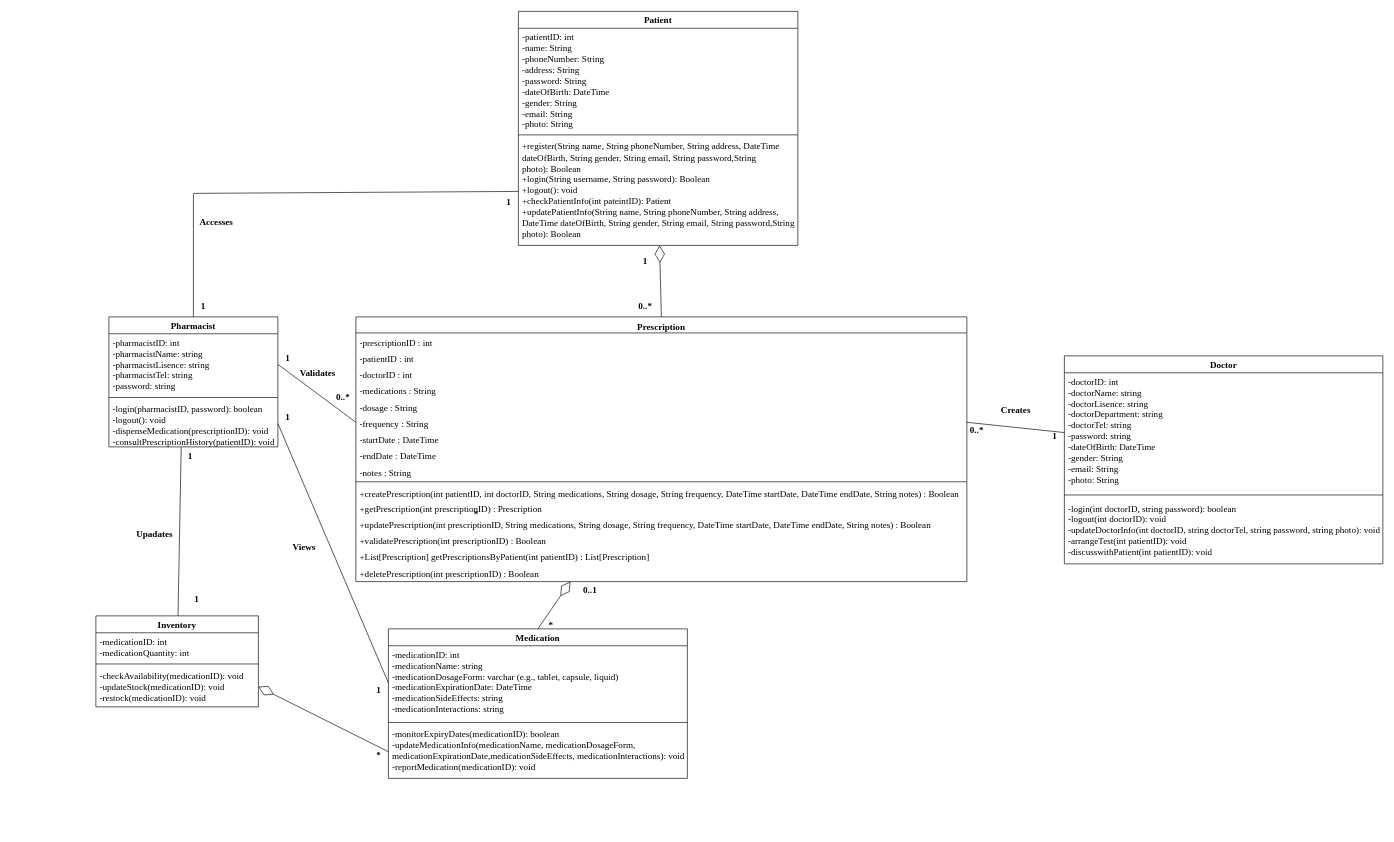
Earlier version of the draw.io diagram Class Diagram_Pharmacy.drawio (FOMOKN/Software-Engineering). Source tidied: cells renumbered, new cells numbered last; positions are measured from the earlier drawing's top-left corner, leaving out a move shared by most shapes. Both pictures are drawn from the tidied source at 65%, with x=0, y=0 at pixel (96, 11).
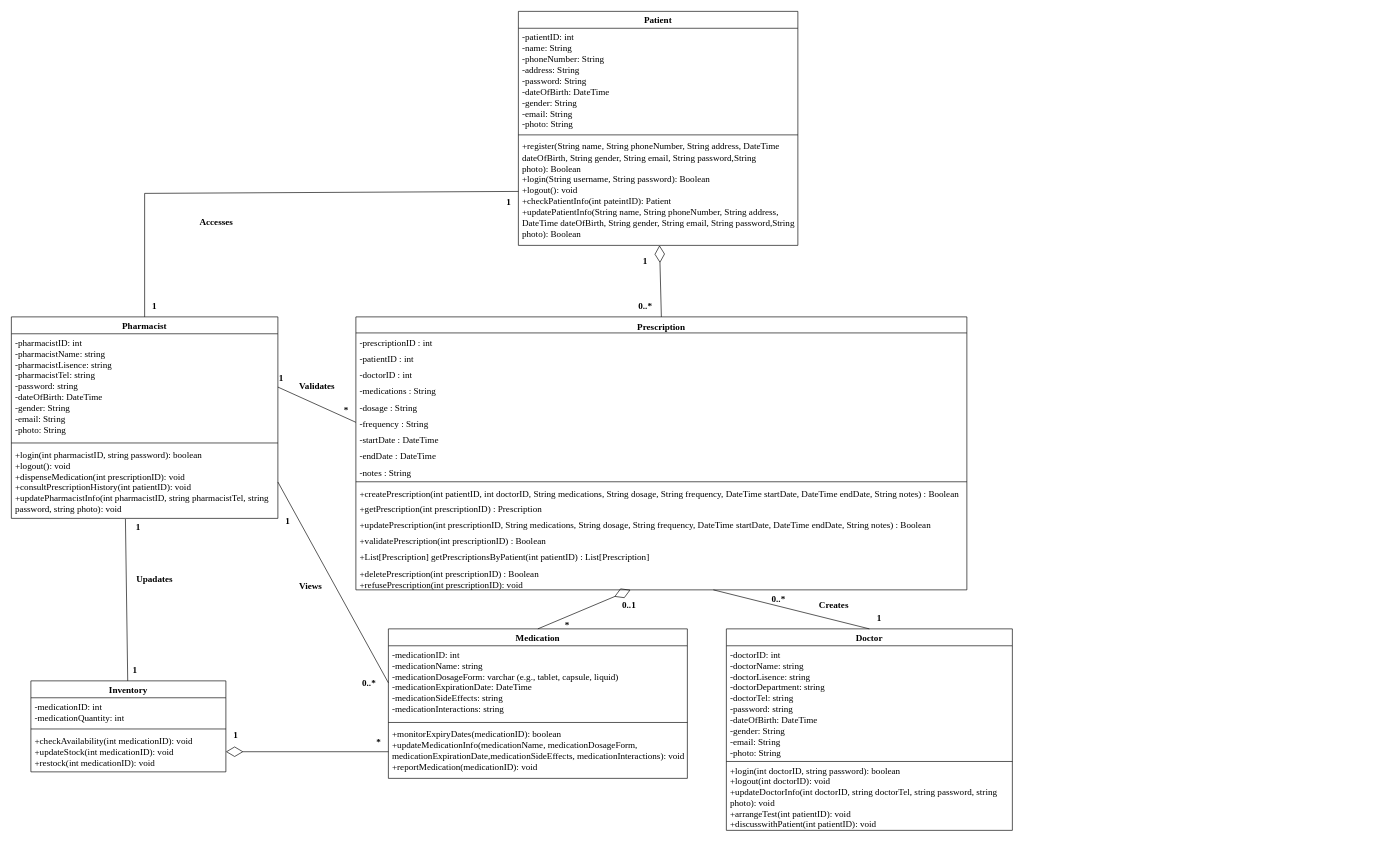
After the change.

The change refers to these unchanged cells:
```xml
<mxCell id="2" value="Medication" style="swimlane;fontStyle=1;align=center;verticalAlign=top;horizontal=1;startSize=26;whiteSpace=wrap;html=1;fontFamily=Times New Roman;fontSize=14;" parent="1" vertex="1">
  <mxGeometry x="450" y="950" width="460" height="230" as="geometry" />
</mxCell>
<mxCell id="50" value="&lt;font style=&quot;font-size: 14px;&quot;&gt;+register(String name, String phoneNumber, String address, DateTime dateOfBirth, String gender, String email, String password,String photo):&amp;nbsp;Boolean&lt;br style=&quot;&quot;&gt;+login(String username, String password): Boolean&lt;br style=&quot;&quot;&gt;+logout():&amp;nbsp;void&lt;br style=&quot;&quot;&gt;+checkPatientInfo(int pateintID):&amp;nbsp;Patient&lt;br style=&quot;&quot;&gt;+updatePatientInfo(String name, String phoneNumber, String address, DateTime dateOfBirth, String gender, String email, String password,String photo):&amp;nbsp;Boolean&lt;br style=&quot;&quot;&gt;&lt;/font&gt;&lt;span style=&quot;font-size: 12px;&quot;&gt;&lt;br style=&quot;font-size: 12px;&quot;&gt;&lt;/span&gt;" style="text;strokeColor=none;fillColor=none;align=left;verticalAlign=top;spacingLeft=4;spacingRight=4;overflow=hidden;points=[[0,0.5],[1,0.5]];portConstraint=eastwest;whiteSpace=wrap;html=1;fontSize=12;fontFamily=Times New Roman;" parent="47" vertex="1">
  <mxGeometry y="194" width="430" height="166" as="geometry" />
</mxCell>
<mxCell id="57" value="-frequency : String" style="text;strokeColor=none;fillColor=none;align=left;verticalAlign=top;spacingLeft=4;spacingRight=4;overflow=hidden;points=[[0,0.5],[1,0.5]];portConstraint=eastwest;fontFamily=Times New Roman;fontSize=14;" parent="51" vertex="1">
  <mxGeometry y="149.7" width="940" height="25" as="geometry" />
</mxCell>
```

Diff of the diagram source:
```diff
@@
-    <mxCell id="5" value="-monitorExpiryDates(medicationID):&amp;nbsp;boolean&lt;br&gt;-updateMedicationInfo(medicationName, medicationDosageForm, medicationExpirationDate,medicationSideEffects, medicationInteractions):&amp;nbsp;void&lt;br&gt;-reportMedication(medicationID):&amp;nbsp;void" style="text;strokeColor=none;fillColor=none;align=left;verticalAlign=top;spacingLeft=4;spacingRight=4;overflow=hidden;points=[[0,0.5],[1,0.5]];portConstraint=eastwest;whiteSpace=wrap;html=1;fontFamily=Times New Roman;fontSize=14;" parent="2" vertex="1">
+    <mxCell id="5" value="+monitorExpiryDates(medicationID):&amp;nbsp;boolean&lt;br&gt;+updateMedicationInfo(medicationName, medicationDosageForm, medicationExpirationDate,medicationSideEffects, medicationInteractions):&amp;nbsp;void&lt;br&gt;+reportMedication(medicationID):&amp;nbsp;void" style="text;strokeColor=none;fillColor=none;align=left;verticalAlign=top;spacingLeft=4;spacingRight=4;overflow=hidden;points=[[0,0.5],[1,0.5]];portConstraint=eastwest;whiteSpace=wrap;html=1;fontFamily=Times New Roman;fontSize=14;" parent="2" vertex="1">
       <mxGeometry y="148" width="460" height="82" as="geometry" />
     </mxCell>
     <mxCell id="6" value="Inventory" style="swimlane;fontStyle=1;align=center;verticalAlign=top;horizontal=1;startSize=26;whiteSpace=wrap;html=1;fontFamily=Times New Roman;fontSize=14;" parent="1" vertex="1">
-      <mxGeometry y="930" width="250" height="140" as="geometry" />
+      <mxGeometry x="-100" y="1030" width="300" height="140" as="geometry" />
     </mxCell>
     <mxCell id="7" value="-medicationID: int&lt;br style=&quot;font-size: 14px;&quot;&gt;-medicationQuantity: int" style="text;strokeColor=none;fillColor=none;align=left;verticalAlign=top;spacingLeft=4;spacingRight=4;overflow=hidden;whiteSpace=wrap;html=1;fontFamily=Times New Roman;fontSize=14;" parent="6" vertex="1">
-      <mxGeometry y="26" width="250" height="44" as="geometry" />
+      <mxGeometry y="26" width="300" height="44" as="geometry" />
     </mxCell>
     <mxCell id="8" style="line;strokeWidth=1;fillColor=none;align=left;verticalAlign=middle;spacingTop=-1;spacingLeft=3;spacingRight=3;labelPosition=right;strokeColor=inherit;" parent="6" vertex="1">
-      <mxGeometry y="70" width="250" height="8" as="geometry" />
+      <mxGeometry y="70" width="300" height="8" as="geometry" />
     </mxCell>
-    <mxCell id="9" value="-checkAvailability(medicationID): void&lt;br&gt;-updateStock(medicationID): void&lt;br&gt;-restock(medicationID): void" style="text;strokeColor=none;fillColor=none;align=left;verticalAlign=top;spacingLeft=4;spacingRight=4;overflow=hidden;points=[[0,0.5],[1,0.5]];portConstraint=eastwest;whiteSpace=wrap;html=1;fontFamily=Times New Roman;fontSize=14;" parent="6" vertex="1">
-      <mxGeometry y="78" width="250" height="62" as="geometry" />
+    <mxCell id="9" value="+checkAvailability(int medicationID): void&lt;br&gt;+updateStock(int medicationID): void&lt;br&gt;+restock(int medicationID): void" style="text;strokeColor=none;fillColor=none;align=left;verticalAlign=top;spacingLeft=4;spacingRight=4;overflow=hidden;points=[[0,0.5],[1,0.5]];portConstraint=eastwest;whiteSpace=wrap;html=1;fontFamily=Times New Roman;fontSize=14;" parent="6" vertex="1">
+      <mxGeometry y="78" width="300" height="62" as="geometry" />
     </mxCell>
     <mxCell id="10" value="&lt;font style=&quot;font-size: 14px;&quot; face=&quot;Times New Roman&quot;&gt;Pharmacist&lt;/font&gt;" style="swimlane;fontStyle=1;align=center;verticalAlign=top;horizontal=1;startSize=26;whiteSpace=wrap;html=1;" parent="1" vertex="1">
-      <mxGeometry x="20" y="470" width="260" height="200" as="geometry" />
+      <mxGeometry x="-130" y="470" width="410" height="310" as="geometry" />
     </mxCell>
-    <mxCell id="11" value="-pharmacistID: int&lt;br&gt;-pharmacistName: string&lt;br style=&quot;font-size: 14px;&quot;&gt;-pharmacistLisence: string&lt;br&gt;-pharmacistTel: string&lt;br&gt;-password: string" style="text;strokeColor=none;fillColor=none;align=left;verticalAlign=top;spacingLeft=4;spacingRight=4;overflow=hidden;points=[[0,0.5],[1,0.5]];portConstraint=eastwest;whiteSpace=wrap;html=1;fontFamily=Times New Roman;fontSize=14;" parent="10" vertex="1">
-      <mxGeometry y="26" width="260" height="94" as="geometry" />
+    <mxCell id="11" value="-pharmacistID: int&lt;br&gt;-pharmacistName: string&lt;br style=&quot;font-size: 14px;&quot;&gt;-pharmacistLisence: string&lt;br&gt;-pharmacistTel: string&lt;br&gt;-password: string&lt;br&gt;-dateOfBirth: DateTime&amp;nbsp;&lt;br style=&quot;border-color: var(--border-color);&quot;&gt;-gender: String&amp;nbsp;&lt;br style=&quot;border-color: var(--border-color);&quot;&gt;-email: String&amp;nbsp;&lt;br style=&quot;border-color: var(--border-color);&quot;&gt;-photo: String&amp;nbsp;" style="text;strokeColor=none;fillColor=none;align=left;verticalAlign=top;spacingLeft=4;spacingRight=4;overflow=hidden;points=[[0,0.5],[1,0.5]];portConstraint=eastwest;whiteSpace=wrap;html=1;fontFamily=Times New Roman;fontSize=14;" parent="10" vertex="1">
+      <mxGeometry y="26" width="410" height="164" as="geometry" />
     </mxCell>
     <mxCell id="12" style="line;strokeWidth=1;fillColor=none;align=left;verticalAlign=middle;spacingTop=-1;spacingLeft=3;spacingRight=3;labelPosition=right;strokeColor=inherit;" parent="10" vertex="1">
-      <mxGeometry y="120" width="260" height="8" as="geometry" />
+      <mxGeometry y="190" width="410" height="8" as="geometry" />
     </mxCell>
-    <mxCell id="13" value="&lt;font style=&quot;font-size: 14px;&quot;&gt;-login(pharmacistID, password): boolean&lt;br style=&quot;border-color: var(--border-color);&quot;&gt;-logout(): void&lt;br&gt;-dispenseMedication(prescriptionID): void&lt;br style=&quot;font-size: 14px;&quot;&gt;&lt;/font&gt;&lt;font style=&quot;font-size: 14px;&quot;&gt;-consultPrescriptionHistory(patientID): void&lt;br&gt;&lt;br&gt;&lt;br style=&quot;font-size: 14px;&quot;&gt;&lt;/font&gt;" style="text;strokeColor=none;fillColor=none;align=left;verticalAlign=top;spacingLeft=4;spacingRight=4;overflow=hidden;points=[[0,0.5],[1,0.5]];portConstraint=eastwest;whiteSpace=wrap;html=1;fontFamily=Times New Roman;fontSize=14;" parent="10" vertex="1">
-      <mxGeometry y="128" width="260" height="72" as="geometry" />
+    <mxCell id="13" value="&lt;font style=&quot;font-size: 14px;&quot;&gt;+login(int pharmacistID, string password): boolean&lt;br style=&quot;border-color: var(--border-color);&quot;&gt;+logout(): void&lt;br&gt;+dispenseMedication(int prescriptionID): void&lt;br style=&quot;font-size: 14px;&quot;&gt;&lt;/font&gt;&lt;font style=&quot;font-size: 14px;&quot;&gt;+consultPrescriptionHistory(int patientID): void&lt;br&gt;+updatePharmacistInfo(int pharmacistID, string pharmacistTel, string password, string photo):&amp;nbsp;void&lt;br&gt;&lt;br&gt;&lt;br style=&quot;font-size: 14px;&quot;&gt;&lt;/font&gt;" style="text;strokeColor=none;fillColor=none;align=left;verticalAlign=top;spacingLeft=4;spacingRight=4;overflow=hidden;points=[[0,0.5],[1,0.5]];portConstraint=eastwest;whiteSpace=wrap;html=1;fontFamily=Times New Roman;fontSize=14;" parent="10" vertex="1">
+      <mxGeometry y="198" width="410" height="112" as="geometry" />
     </mxCell>
@@
     <mxCell id="15" value="*" style="text;html=1;align=center;verticalAlign=middle;strokeColor=none;fillColor=none;fontFamily=Times New Roman;fontSize=14;fontStyle=1;" parent="1" vertex="1">
-      <mxGeometry x="685" y="930" width="30" height="30" as="geometry" />
+      <mxGeometry x="710" y="930" width="30" height="30" as="geometry" />
     </mxCell>
     <mxCell id="16" value="0..1" style="text;html=1;align=center;verticalAlign=middle;strokeColor=none;fillColor=none;fontSize=14;fontFamily=Times New Roman;fontStyle=1;" parent="1" vertex="1">
-      <mxGeometry x="740" y="877.3" width="40" height="30" as="geometry" />
+      <mxGeometry x="800" y="900" width="40" height="30" as="geometry" />
     </mxCell>
     <mxCell id="17" value="1" style="text;html=1;align=center;verticalAlign=middle;strokeColor=none;fillColor=none;fontFamily=Times New Roman;fontStyle=1;fontSize=14;" parent="1" vertex="1">
-      <mxGeometry x="420" y="1030" width="30" height="30" as="geometry" />
+      <mxGeometry x="200" y="1100" width="30" height="30" as="geometry" />
     </mxCell>
     <mxCell id="18" value="*" style="text;html=1;align=center;verticalAlign=middle;strokeColor=none;fillColor=none;fontFamily=Times New Roman;fontSize=14;fontStyle=1;" parent="1" vertex="1">
-      <mxGeometry x="570" y="760" width="30" height="30" as="geometry" />
+      <mxGeometry x="370" y="600" width="30" height="30" as="geometry" />
     </mxCell>
-    <mxCell id="19" style="endArrow=diamondThin;endFill=0;endSize=24;html=1;rounded=0;exitX=0.5;exitY=0;exitDx=0;exitDy=0;" parent="1" edge="1" source="2" target="51">
+    <mxCell id="19" style="endArrow=diamondThin;endFill=0;endSize=24;html=1;rounded=0;exitX=0.5;exitY=0;exitDx=0;exitDy=0;" parent="1" edge="1" source="2" target="68">
       <mxGeometry relative="1" as="geometry" />
     </mxCell>
     <mxCell id="20" value="&lt;font style=&quot;font-size: 14px;&quot; face=&quot;Times New Roman&quot;&gt;Doctor&lt;/font&gt;" style="swimlane;fontStyle=1;align=center;verticalAlign=top;horizontal=1;startSize=26;whiteSpace=wrap;html=1;" parent="1" vertex="1">
-      <mxGeometry x="1490" y="530" width="490" height="320" as="geometry" />
+      <mxGeometry x="970" y="950" width="440" height="310" as="geometry" />
     </mxCell>
     <mxCell id="21" value="-doctorID: int&lt;br style=&quot;border-color: var(--border-color);&quot;&gt;-doctorName: string&lt;br&gt;-doctorLisence: string&lt;br style=&quot;font-size: 14px;&quot;&gt;-doctorDepartment: string&lt;br style=&quot;font-size: 14px;&quot;&gt;-doctorTel: string&lt;br&gt;-password: string&lt;br&gt;-dateOfBirth: DateTime&amp;nbsp;&lt;br style=&quot;border-color: var(--border-color);&quot;&gt;-gender: String&amp;nbsp;&lt;br style=&quot;border-color: var(--border-color);&quot;&gt;-email: String&amp;nbsp;&lt;br style=&quot;border-color: var(--border-color);&quot;&gt;-photo: String&amp;nbsp;" style="text;strokeColor=none;fillColor=none;align=left;verticalAlign=top;spacingLeft=4;spacingRight=4;overflow=hidden;points=[[0,0.5],[1,0.5]];portConstraint=eastwest;whiteSpace=wrap;html=1;fontFamily=Times New Roman;fontStyle=0;fontSize=14;" parent="20" vertex="1">
-      <mxGeometry y="26" width="490" height="184" as="geometry" />
+      <mxGeometry y="26" width="440" height="174" as="geometry" />
     </mxCell>
     <mxCell id="22" style="line;strokeWidth=1;fillColor=none;align=left;verticalAlign=middle;spacingTop=-1;spacingLeft=3;spacingRight=3;labelPosition=right;strokeColor=inherit;" parent="20" vertex="1">
-      <mxGeometry y="210" width="490" height="8" as="geometry" />
+      <mxGeometry y="200" width="440" height="8" as="geometry" />
     </mxCell>
-    <mxCell id="23" value="-login(int&amp;nbsp;doctorID, string&amp;nbsp;password):&amp;nbsp;boolean&lt;br&gt;-logout(int doctorID):&amp;nbsp;void&lt;br style=&quot;font-size: 14px;&quot;&gt;-updateDoctorInfo(int doctorID, string doctorTel, string password, string photo):&amp;nbsp;void&lt;br style=&quot;font-size: 14px;&quot;&gt;-arrangeTest(int patientID):&amp;nbsp;void&lt;br&gt;-discusswithPatient(int patientID): void" style="text;strokeColor=none;fillColor=none;align=left;verticalAlign=middle;spacingLeft=4;spacingRight=4;overflow=hidden;whiteSpace=wrap;html=1;fontSize=14;fontFamily=Times New Roman;" parent="20" vertex="1">
-      <mxGeometry y="218" width="490" height="102" as="geometry" />
+    <mxCell id="23" value="+login(int&amp;nbsp;doctorID, string&amp;nbsp;password):&amp;nbsp;boolean&lt;br&gt;+logout(int doctorID):&amp;nbsp;void&lt;br style=&quot;font-size: 14px;&quot;&gt;+updateDoctorInfo(int doctorID, string doctorTel, string password, string photo):&amp;nbsp;void&lt;br style=&quot;font-size: 14px;&quot;&gt;+arrangeTest(int patientID):&amp;nbsp;void&lt;br&gt;+discusswithPatient(int patientID): void" style="text;strokeColor=none;fillColor=none;align=left;verticalAlign=middle;spacingLeft=4;spacingRight=4;overflow=hidden;whiteSpace=wrap;html=1;fontSize=14;fontFamily=Times New Roman;" parent="20" vertex="1">
+      <mxGeometry y="208" width="440" height="102" as="geometry" />
     </mxCell>
@@
-    <mxCell id="26" style="endArrow=none;html=1;rounded=0;exitX=1;exitY=0.5;exitDx=0;exitDy=0;entryX=0;entryY=0.5;entryDx=0;entryDy=0;" parent="1" edge="1" source="11" target="57">
-      <mxGeometry relative="1" as="geometry" />
+    <mxCell id="26" style="endArrow=none;html=1;rounded=0;exitX=1;exitY=0.5;exitDx=0;exitDy=0;entryX=0;entryY=0.5;entryDx=0;entryDy=0;" parent="1" edge="1" source="11">
+      <mxGeometry relative="1" as="geometry">
+        <mxPoint x="400" y="632.2" as="targetPoint" />
+      </mxGeometry>
     </mxCell>
@@
     <mxCell id="29" value="Views" style="text;html=1;align=center;verticalAlign=middle;strokeColor=none;fillColor=none;fontFamily=Times New Roman;fontStyle=1;fontSize=14;" parent="1" vertex="1">
-      <mxGeometry x="290" y="810" width="60" height="30" as="geometry" />
+      <mxGeometry x="300" y="870" width="60" height="30" as="geometry" />
     </mxCell>
@@
     <mxCell id="31" value="Upadates" style="text;html=1;align=center;verticalAlign=middle;strokeColor=none;fillColor=none;fontFamily=Times New Roman;fontStyle=1;fontSize=14;" parent="1" vertex="1">
-      <mxGeometry x="50" y="790" width="80" height="30" as="geometry" />
+      <mxGeometry x="50" y="860" width="80" height="30" as="geometry" />
     </mxCell>
     <mxCell id="32" value="1" style="text;html=1;align=center;verticalAlign=middle;strokeColor=none;fillColor=none;fontFamily=Times New Roman;fontStyle=1;fontSize=14;" parent="1" vertex="1">
-      <mxGeometry x="280" y="610" width="30" height="30" as="geometry" />
+      <mxGeometry x="280" y="770" width="30" height="30" as="geometry" />
     </mxCell>
     <mxCell id="33" value="1" style="text;html=1;align=center;verticalAlign=middle;strokeColor=none;fillColor=none;fontFamily=Times New Roman;fontStyle=1;fontSize=14;" parent="1" vertex="1">
-      <mxGeometry x="130" y="670" width="30" height="30" as="geometry" />
+      <mxGeometry x="50" y="780" width="30" height="30" as="geometry" />
     </mxCell>
@@
     <mxCell id="35" value="1" style="text;html=1;align=center;verticalAlign=middle;strokeColor=none;fillColor=none;fontStyle=1;fontFamily=Times New Roman;fontSize=14;" parent="1" vertex="1">
-      <mxGeometry x="140" y="890" width="30" height="30" as="geometry" />
+      <mxGeometry x="45" y="1000" width="30" height="30" as="geometry" />
     </mxCell>
     <mxCell id="36" value="*" style="text;html=1;align=center;verticalAlign=middle;strokeColor=none;fillColor=none;fontFamily=Times New Roman;fontSize=14;fontStyle=1;" parent="1" vertex="1">
-      <mxGeometry x="420" y="1130" width="30" height="30" as="geometry" />
+      <mxGeometry x="420" y="1110" width="30" height="30" as="geometry" />
     </mxCell>
     <mxCell id="37" value="1" style="text;html=1;align=center;verticalAlign=middle;strokeColor=none;fillColor=none;fontFamily=Times New Roman;fontStyle=1;fontSize=14;" parent="1" vertex="1">
-      <mxGeometry x="280" y="520" width="30" height="30" as="geometry" />
+      <mxGeometry x="270" y="550" width="30" height="30" as="geometry" />
     </mxCell>
     <mxCell id="38" value="0..*" style="text;html=1;align=center;verticalAlign=middle;strokeColor=none;fillColor=none;fontFamily=Times New Roman;fontSize=14;fontStyle=1;" parent="1" vertex="1">
-      <mxGeometry x="360" y="580" width="40" height="30" as="geometry" />
+      <mxGeometry x="400" y="1020" width="40" height="30" as="geometry" />
     </mxCell>
-    <mxCell id="39" style="endArrow=none;html=1;rounded=0;entryX=0;entryY=0.5;entryDx=0;entryDy=0;exitX=1;exitY=0.5;exitDx=0;exitDy=0;" parent="1" edge="1" target="21">
-      <mxGeometry relative="1" as="geometry">
-        <mxPoint x="1340" y="632.2" as="sourcePoint" />
-      </mxGeometry>
+    <mxCell id="39" style="endArrow=none;html=1;rounded=0;entryX=0.5;entryY=0;entryDx=0;entryDy=0;" parent="1" edge="1" source="68" target="20">
+      <mxGeometry relative="1" as="geometry" />
     </mxCell>
     <mxCell id="40" value="Creates" style="text;html=1;align=center;verticalAlign=middle;strokeColor=none;fillColor=none;fontStyle=1;fontFamily=Times New Roman;fontSize=14;" parent="1" vertex="1">
-      <mxGeometry x="1380" y="600" width="70" height="30" as="geometry" />
+      <mxGeometry x="1100" y="900" width="70" height="30" as="geometry" />
     </mxCell>
     <mxCell id="41" value="1" style="text;html=1;align=center;verticalAlign=middle;strokeColor=none;fillColor=none;fontStyle=1;fontFamily=Times New Roman;fontSize=14;" parent="1" vertex="1">
-      <mxGeometry x="1460" y="640" width="30" height="30" as="geometry" />
+      <mxGeometry x="1190" y="920" width="30" height="30" as="geometry" />
     </mxCell>
     <mxCell id="42" value="0..*" style="text;html=1;align=center;verticalAlign=middle;strokeColor=none;fillColor=none;fontFamily=Times New Roman;fontSize=14;fontStyle=1;" parent="1" vertex="1">
-      <mxGeometry x="1335" y="630" width="40" height="30" as="geometry" />
+      <mxGeometry x="1030" y="890" width="40" height="30" as="geometry" />
     </mxCell>
     <mxCell id="43" style="endArrow=none;html=1;rounded=0;entryX=0;entryY=0.5;entryDx=0;entryDy=0;exitX=0.5;exitY=0;exitDx=0;exitDy=0;" parent="1" edge="1" source="10" target="50">
       <mxGeometry relative="1" as="geometry">
         <Array as="points">
-          <mxPoint x="150" y="280" />
+          <mxPoint x="75" y="280" />
         </Array>
       </mxGeometry>
     </mxCell>
     <mxCell id="44" value="1" style="text;html=1;align=center;verticalAlign=middle;strokeColor=none;fillColor=none;fontFamily=Times New Roman;fontStyle=1;fontSize=14;" parent="1" vertex="1">
-      <mxGeometry x="150" y="440" width="30" height="30" as="geometry" />
+      <mxGeometry x="75" y="440" width="30" height="30" as="geometry" />
     </mxCell>
@@
     <mxCell id="51" value="Prescription" style="swimlane;fontStyle=1;align=center;verticalAlign=top;horizontal=1;startSize=24.6875;fontFamily=Times New Roman;fontSize=14;" parent="1" vertex="1">
-      <mxGeometry x="400" y="470" width="940" height="407.3" as="geometry" />
+      <mxGeometry x="400" y="470" width="940" height="420" as="geometry" />
     </mxCell>
@@
-    <mxCell id="67" value="+deletePrescription(int prescriptionID) : Boolean" style="text;strokeColor=none;fillColor=none;align=left;verticalAlign=top;spacingLeft=4;spacingRight=4;overflow=hidden;fontFamily=Times New Roman;fontSize=14;" parent="51" vertex="1">
-      <mxGeometry y="380" width="940" height="27.3" as="geometry" />
-    </mxCell>
+    <mxCell id="68" value="+deletePrescription(int prescriptionID) : Boolean&#10;+refusePrescription(int prescriptionID): void" style="text;strokeColor=none;fillColor=none;align=left;verticalAlign=top;spacingLeft=4;spacingRight=4;overflow=hidden;points=[[0,0.5],[1,0.5]];portConstraint=eastwest;fontFamily=Times New Roman;fontSize=14;" parent="51" vertex="1">
+      <mxGeometry y="380" width="940" height="40" as="geometry" />
+    </mxCell>
```
